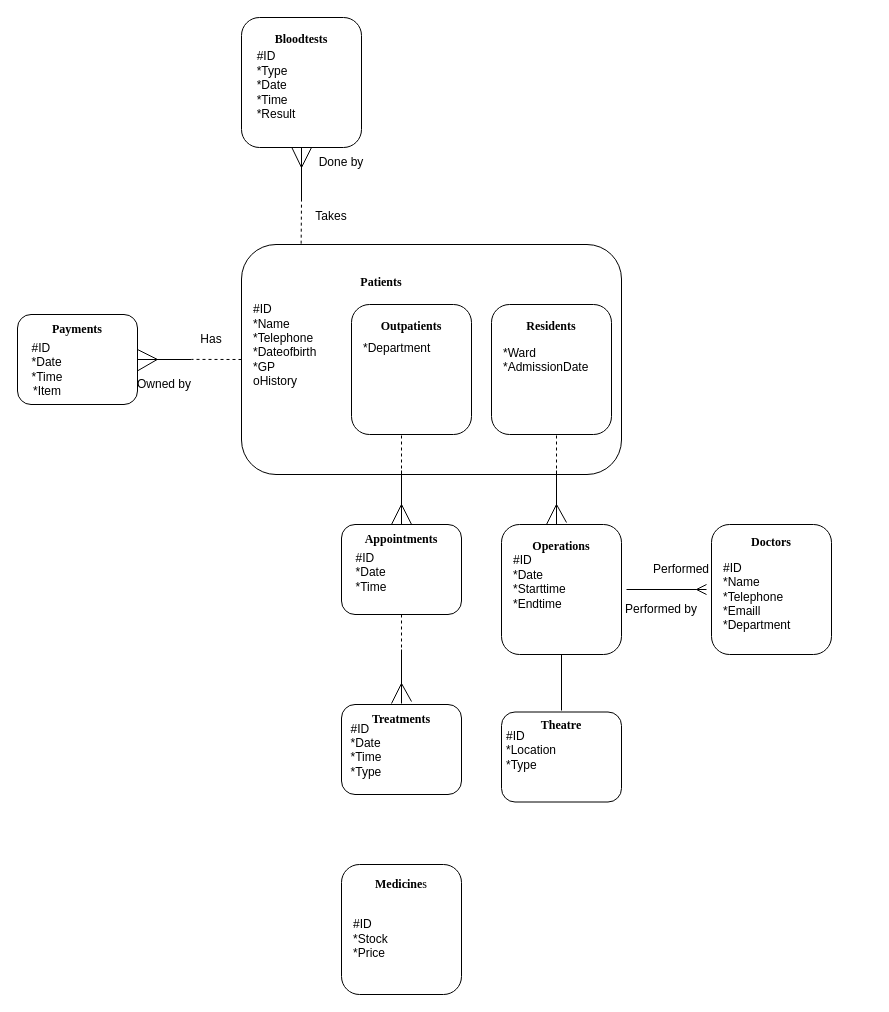
This is Assignment1DatabaseDesign.drawio from LordDdanielHan/test, a draw.io file, before an edit. Source tidied: cells renumbered, new cells numbered last; positions are measured from the earlier drawing's top-left corner, leaving out a move shared by most shapes. Both pictures are drawn from the tidied source at 100%, with x=0, y=0 at pixel (17, 17).
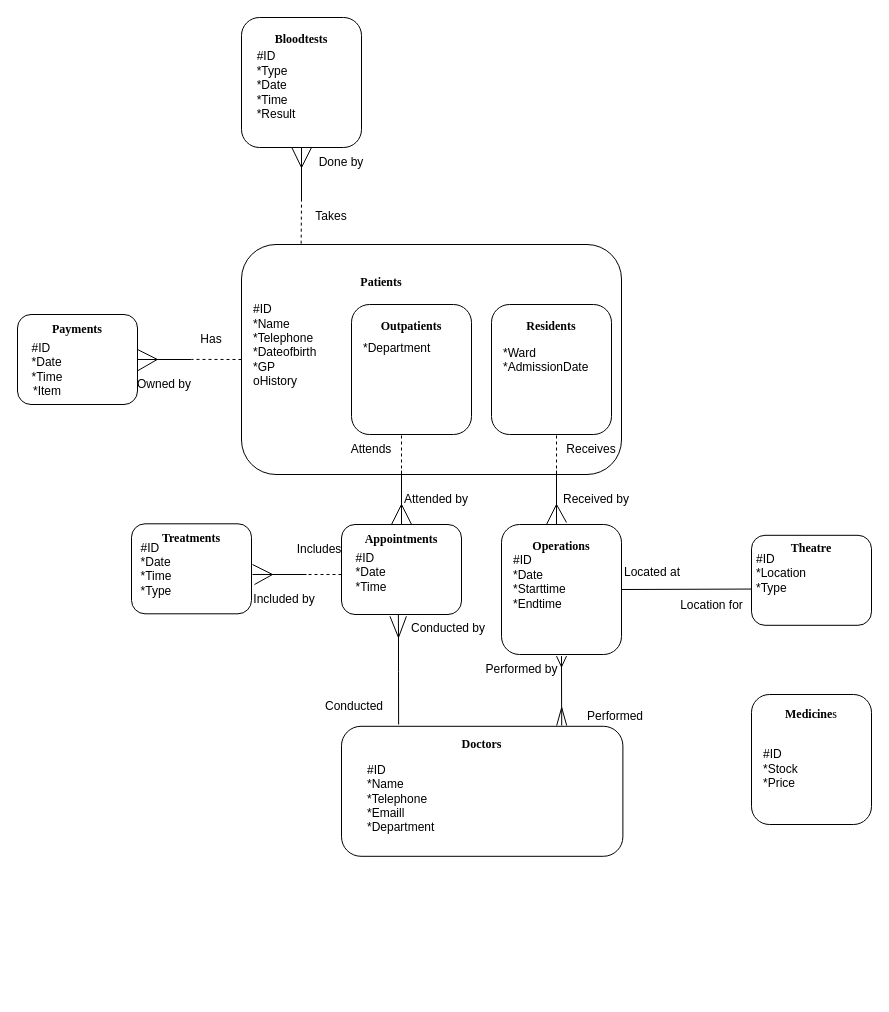
The same diagram, later.

Unchanged cells that the change refers to:
```xml
<mxCell id="73" value="&lt;font face=&quot;Times New Roman&quot;&gt;&lt;b&gt;Theatre&lt;/b&gt;&lt;/font&gt;" style="text;html=1;align=center;verticalAlign=middle;whiteSpace=wrap;rounded=0;" parent="71" vertex="1">
  <mxGeometry y="6" width="120" height="30" as="geometry" />
</mxCell>
<mxCell id="74" value="&lt;div align=&quot;left&quot;&gt;#ID&lt;br&gt;&lt;/div&gt;&lt;div align=&quot;left&quot;&gt;*Location&lt;/div&gt;&lt;div align=&quot;left&quot;&gt;*Type&lt;/div&gt;&lt;div align=&quot;left&quot;&gt;&lt;br&gt;&lt;/div&gt;" style="text;html=1;align=center;verticalAlign=middle;whiteSpace=wrap;rounded=0;" parent="71" vertex="1">
  <mxGeometry y="35" width="60" height="35" as="geometry" />
</mxCell>
```

Diff of the diagram source:
```diff
@@
     <mxCell id="6" style="group;" parent="1" vertex="1">
-      <mxGeometry x="224" y="227" width="380" height="370" as="geometry" />
+      <mxGeometry x="224" y="227" width="390" height="370" as="geometry" />
     </mxCell>
@@
+    <mxCell id="61" style="group;rotation=90;" parent="6" vertex="1">
+      <mxGeometry x="50" y="280" width="80.7" height="89" as="geometry" />
+    </mxCell>
+    <mxCell id="62" style="endArrow=none;html=1;rounded=0;" parent="61" edge="1">
+      <mxGeometry relative="1" as="geometry">
+        <mxPoint x="15" y="50" as="sourcePoint" />
+        <mxPoint x="-20" y="50" as="targetPoint" />
+      </mxGeometry>
+    </mxCell>
+    <mxCell id="63" style="endArrow=none;html=1;rounded=0;" parent="61" edge="1">
+      <mxGeometry relative="1" as="geometry">
+        <mxPoint x="-19" y="50" as="sourcePoint" />
+        <mxPoint x="-39" y="50" as="targetPoint" />
+      </mxGeometry>
+    </mxCell>
+    <mxCell id="64" style="endArrow=none;html=1;rounded=0;" parent="61" edge="1">
+      <mxGeometry relative="1" as="geometry">
+        <mxPoint x="-19" y="50" as="sourcePoint" />
+        <mxPoint x="-39" y="40" as="targetPoint" />
+      </mxGeometry>
+    </mxCell>
+    <mxCell id="65" style="endArrow=none;html=1;rounded=0;exitX=0.582;exitY=-0.016;exitDx=0;exitDy=0;exitPerimeter=0;" parent="61" edge="1">
+      <mxGeometry relative="1" as="geometry">
+        <mxPoint x="-37" y="60" as="sourcePoint" />
+        <mxPoint x="-19" y="50" as="targetPoint" />
+      </mxGeometry>
+    </mxCell>
+    <mxCell id="66" style="endArrow=none;html=1;rounded=0;dashed=1;exitX=0.213;exitY=-0.011;exitDx=0;exitDy=0;exitPerimeter=0;" parent="61" edge="1">
+      <mxGeometry relative="1" as="geometry">
+        <mxPoint x="50" y="50" as="sourcePoint" />
+        <mxPoint x="15" y="50" as="targetPoint" />
+      </mxGeometry>
+    </mxCell>
+    <mxCell id="94" value="Includes" style="text;html=1;align=center;verticalAlign=middle;whiteSpace=wrap;rounded=0;" parent="61" vertex="1">
+      <mxGeometry x="-25" y="10" width="105.7" height="30" as="geometry" />
+    </mxCell>
+    <mxCell id="95" value="Included by" style="text;html=1;align=center;verticalAlign=middle;whiteSpace=wrap;rounded=0;" parent="6" vertex="1">
+      <mxGeometry x="-10" y="340" width="105.7" height="30" as="geometry" />
+    </mxCell>
+    <mxCell id="96" value="Attends" style="text;html=1;align=center;verticalAlign=middle;whiteSpace=wrap;rounded=0;" parent="6" vertex="1">
+      <mxGeometry x="100" y="190" width="60" height="30" as="geometry" />
+    </mxCell>
+    <mxCell id="97" value="Attended by" style="text;html=1;align=center;verticalAlign=middle;whiteSpace=wrap;rounded=0;" parent="6" vertex="1">
+      <mxGeometry x="160" y="240" width="70" height="30" as="geometry" />
+    </mxCell>
+    <mxCell id="98" value="Received by" style="text;html=1;align=center;verticalAlign=middle;whiteSpace=wrap;rounded=0;" parent="6" vertex="1">
+      <mxGeometry x="320" y="240" width="70" height="30" as="geometry" />
+    </mxCell>
@@
     <mxCell id="41" style="group;" parent="1" vertex="1">
-      <mxGeometry x="324" y="837" width="120" height="140" as="geometry" />
+      <mxGeometry x="734" y="667" width="120" height="140" as="geometry" />
     </mxCell>
@@
     <mxCell id="46" style="group;" parent="1" vertex="1">
-      <mxGeometry x="474" y="287" width="120" height="130" as="geometry" />
+      <mxGeometry x="474" y="287" width="130" height="160" as="geometry" />
     </mxCell>
@@
+    <mxCell id="99" value="Receives" style="text;html=1;align=center;verticalAlign=middle;whiteSpace=wrap;rounded=0;" parent="46" vertex="1">
+      <mxGeometry x="70" y="130" width="60" height="30" as="geometry" />
+    </mxCell>
@@
-    <mxCell id="57" style="group;" parent="1" vertex="1">
-      <mxGeometry x="324" y="507" width="120" height="179" as="geometry" />
-    </mxCell>
-    <mxCell id="58" value="&lt;br&gt;&lt;br&gt;&lt;div&gt;&lt;br&gt;&lt;/div&gt;" style="rounded=1;whiteSpace=wrap;html=1;" parent="57" vertex="1">
-      <mxGeometry width="120" height="90" as="geometry" />
-    </mxCell>
-    <mxCell id="59" value="&lt;font face=&quot;Times New Roman&quot;&gt;&lt;b&gt;Appointments&lt;/b&gt;&lt;/font&gt;" style="text;html=1;align=center;verticalAlign=middle;whiteSpace=wrap;rounded=0;" parent="57" vertex="1">
-      <mxGeometry width="120" height="30" as="geometry" />
-    </mxCell>
-    <mxCell id="60" value="&lt;div align=&quot;left&quot;&gt;#ID&lt;br&gt;&lt;/div&gt;&lt;div align=&quot;left&quot;&gt;*Date&lt;/div&gt;&lt;div align=&quot;left&quot;&gt;*Time&lt;/div&gt;" style="text;html=1;align=center;verticalAlign=middle;whiteSpace=wrap;rounded=0;" parent="57" vertex="1">
-      <mxGeometry y="30" width="60" height="35" as="geometry" />
-    </mxCell>
-    <mxCell id="61" style="group;" parent="57" vertex="1">
-      <mxGeometry x="50" y="90" width="10" height="89" as="geometry" />
-    </mxCell>
-    <mxCell id="62" style="endArrow=none;html=1;rounded=0;" parent="61" edge="1">
-      <mxGeometry relative="1" as="geometry">
-        <mxPoint x="10" y="35" as="sourcePoint" />
-        <mxPoint x="10" y="70" as="targetPoint" />
-      </mxGeometry>
-    </mxCell>
-    <mxCell id="63" style="endArrow=none;html=1;rounded=0;" parent="61" edge="1">
-      <mxGeometry relative="1" as="geometry">
-        <mxPoint x="10" y="69" as="sourcePoint" />
-        <mxPoint x="10" y="89" as="targetPoint" />
-      </mxGeometry>
-    </mxCell>
-    <mxCell id="64" style="endArrow=none;html=1;rounded=0;" parent="61" edge="1">
-      <mxGeometry relative="1" as="geometry">
-        <mxPoint x="10" y="69" as="sourcePoint" />
-        <mxPoint y="89" as="targetPoint" />
-      </mxGeometry>
-    </mxCell>
-    <mxCell id="65" style="endArrow=none;html=1;rounded=0;exitX=0.582;exitY=-0.016;exitDx=0;exitDy=0;exitPerimeter=0;" parent="61" edge="1">
-      <mxGeometry relative="1" as="geometry">
-        <mxPoint x="20" y="87" as="sourcePoint" />
-        <mxPoint x="10" y="69" as="targetPoint" />
-      </mxGeometry>
-    </mxCell>
-    <mxCell id="66" style="endArrow=none;html=1;rounded=0;dashed=1;exitX=0.213;exitY=-0.011;exitDx=0;exitDy=0;exitPerimeter=0;" parent="61" edge="1">
-      <mxGeometry relative="1" as="geometry">
-        <mxPoint x="10" as="sourcePoint" />
-        <mxPoint x="10" y="35" as="targetPoint" />
-      </mxGeometry>
-    </mxCell>
-    <mxCell id="67" style="group;" parent="1" vertex="1">
-      <mxGeometry x="324" y="687" width="120" height="90" as="geometry" />
-    </mxCell>
-    <mxCell id="68" value="&lt;br&gt;&lt;br&gt;&lt;div&gt;&lt;br&gt;&lt;/div&gt;" style="rounded=1;whiteSpace=wrap;html=1;" parent="67" vertex="1">
-      <mxGeometry width="120" height="90" as="geometry" />
-    </mxCell>
-    <mxCell id="69" value="&lt;font face=&quot;Times New Roman&quot;&gt;&lt;b&gt;Treatments&lt;/b&gt;&lt;/font&gt;" style="text;html=1;align=center;verticalAlign=middle;whiteSpace=wrap;rounded=0;" parent="67" vertex="1">
-      <mxGeometry width="120" height="30" as="geometry" />
-    </mxCell>
-    <mxCell id="70" value="&lt;div align=&quot;left&quot;&gt;#ID&lt;br&gt;&lt;/div&gt;&lt;div align=&quot;left&quot;&gt;*Date&lt;/div&gt;&lt;div align=&quot;left&quot;&gt;*Time&lt;/div&gt;&lt;div align=&quot;left&quot;&gt;*Type&lt;/div&gt;&lt;div align=&quot;left&quot;&gt;&lt;br&gt;&lt;/div&gt;" style="text;html=1;align=center;verticalAlign=middle;whiteSpace=wrap;rounded=0;" parent="67" vertex="1">
-      <mxGeometry x="-5" y="35" width="60" height="35" as="geometry" />
-    </mxCell>
     <mxCell id="71" style="group;" parent="1" vertex="1">
-      <mxGeometry x="484" y="687" width="120" height="90" as="geometry" />
+      <mxGeometry x="734" y="510.3" width="120" height="90" as="geometry" />
     </mxCell>
@@
-    <mxCell id="77" value="Performed" style="text;html=1;align=center;verticalAlign=middle;whiteSpace=wrap;rounded=0;" parent="1" vertex="1">
-      <mxGeometry x="634" y="537" width="60" height="30" as="geometry" />
-    </mxCell>
-    <mxCell id="78" style="group;" parent="1" vertex="1">
-      <mxGeometry x="694" y="507" width="120" height="130" as="geometry" />
-    </mxCell>
-    <mxCell id="79" style="group;rotation=90;" parent="78" vertex="1">
-      <mxGeometry x="-50" y="20" width="20" height="90" as="geometry" />
-    </mxCell>
+    <mxCell id="90" style="rounded=1;whiteSpace=wrap;html=1;" parent="1" vertex="1">
+      <mxGeometry x="484" y="507" width="120" height="130" as="geometry" />
+    </mxCell>
+    <mxCell id="91" value="&lt;font face=&quot;Times New Roman&quot;&gt;&lt;b&gt;Operations&lt;/b&gt;&lt;/font&gt;" style="text;html=1;align=center;verticalAlign=middle;whiteSpace=wrap;rounded=0;" parent="1" vertex="1">
+      <mxGeometry x="484" y="507" width="120" height="43.3" as="geometry" />
+    </mxCell>
+    <mxCell id="92" value="&lt;div align=&quot;left&quot;&gt;&lt;div align=&quot;left&quot;&gt;&lt;div align=&quot;left&quot;&gt;&lt;div align=&quot;left&quot;&gt;#ID&lt;/div&gt;&lt;/div&gt;&lt;/div&gt;&lt;/div&gt;&lt;div align=&quot;left&quot;&gt;*Date&lt;/div&gt;&lt;div align=&quot;left&quot;&gt;*Starttime&lt;/div&gt;&lt;div align=&quot;left&quot;&gt;*Endtime&lt;/div&gt;&lt;div align=&quot;left&quot;&gt;&lt;br&gt;&lt;/div&gt;&lt;div align=&quot;left&quot;&gt;&lt;br&gt;&lt;/div&gt;" style="text;html=1;align=left;verticalAlign=middle;whiteSpace=wrap;rounded=0;" parent="1" vertex="1">
+      <mxGeometry x="494" y="557" width="60" height="43.3" as="geometry" />
+    </mxCell>
+    <mxCell id="100" style="group;" parent="1" vertex="1">
+      <mxGeometry x="109" y="506.3" width="125" height="90" as="geometry" />
+    </mxCell>
+    <mxCell id="68" value="&lt;br&gt;&lt;br&gt;&lt;div&gt;&lt;br&gt;&lt;/div&gt;" style="rounded=1;whiteSpace=wrap;html=1;" parent="100" vertex="1">
+      <mxGeometry x="5" width="120" height="90" as="geometry" />
+    </mxCell>
+    <mxCell id="69" value="&lt;font face=&quot;Times New Roman&quot;&gt;&lt;b&gt;Treatments&lt;/b&gt;&lt;/font&gt;" style="text;html=1;align=center;verticalAlign=middle;whiteSpace=wrap;rounded=0;" parent="100" vertex="1">
+      <mxGeometry x="5" width="120" height="30" as="geometry" />
+    </mxCell>
+    <mxCell id="70" value="&lt;div align=&quot;left&quot;&gt;#ID&lt;br&gt;&lt;/div&gt;&lt;div align=&quot;left&quot;&gt;*Date&lt;/div&gt;&lt;div align=&quot;left&quot;&gt;*Time&lt;/div&gt;&lt;div align=&quot;left&quot;&gt;*Type&lt;/div&gt;&lt;div align=&quot;left&quot;&gt;&lt;br&gt;&lt;/div&gt;" style="text;html=1;align=center;verticalAlign=middle;whiteSpace=wrap;rounded=0;" parent="100" vertex="1">
+      <mxGeometry y="35" width="60" height="35" as="geometry" />
+    </mxCell>
+    <mxCell id="101" style="group;rotation=90;" parent="1" vertex="1">
+      <mxGeometry x="324" y="697" width="281.4" height="141.8" as="geometry" />
+    </mxCell>
+    <mxCell id="86" style="rounded=1;whiteSpace=wrap;html=1;" parent="101" vertex="1">
+      <mxGeometry y="11.8" width="281.4" height="130" as="geometry" />
+    </mxCell>
+    <mxCell id="87" value="&lt;b&gt;&lt;font face=&quot;Times New Roman&quot;&gt;Doctors&lt;/font&gt;&lt;/b&gt;" style="text;html=1;align=center;verticalAlign=middle;whiteSpace=wrap;rounded=0;" parent="101" vertex="1">
+      <mxGeometry width="281.4" height="59.1" as="geometry" />
+    </mxCell>
+    <mxCell id="88" value="&lt;div&gt;&lt;br&gt;&lt;/div&gt;&lt;div&gt;#ID&lt;br&gt;&lt;/div&gt;&lt;div&gt;*Name&lt;/div&gt;&lt;div&gt;*Telephone&lt;/div&gt;&lt;div&gt;*Emaill&lt;/div&gt;&lt;div&gt;*Department&lt;/div&gt;" style="text;html=1;align=left;verticalAlign=middle;whiteSpace=wrap;rounded=0;" parent="101" vertex="1">
+      <mxGeometry x="23.5" y="51.2" width="140.7" height="51.2" as="geometry" />
+    </mxCell>
+    <mxCell id="89" value="Performed by" style="text;html=1;align=center;verticalAlign=middle;whiteSpace=wrap;rounded=0;" parent="101" vertex="1">
+      <mxGeometry x="110" y="-60" width="141" height="30" as="geometry" />
+    </mxCell>
-    <mxCell id="80" style="endArrow=none;html=1;rounded=0;" parent="79" edge="1">
+    <mxCell id="80" style="endArrow=none;html=1;rounded=0;" parent="1" edge="1">
       <mxGeometry relative="1" as="geometry">
-        <mxPoint x="-35" y="45" as="sourcePoint" />
-        <mxPoint x="35" y="45" as="targetPoint" />
+        <mxPoint x="544" y="647" as="sourcePoint" />
+        <mxPoint x="544.1" y="690" as="targetPoint" />
       </mxGeometry>
     </mxCell>
-    <mxCell id="81" style="group;rotation=90;" parent="79" vertex="1">
-      <mxGeometry x="35" y="40" width="10" height="10" as="geometry" />
+    <mxCell id="81" style="group;rotation=-180;" parent="1" vertex="1">
+      <mxGeometry x="535.2" y="694" width="17.6" height="10" as="geometry" />
     </mxCell>
     <mxCell id="82" style="endArrow=none;html=1;rounded=0;" parent="81" edge="1">
       <mxGeometry relative="1" as="geometry">
-        <mxPoint y="5" as="sourcePoint" />
-        <mxPoint x="10" as="targetPoint" />
+        <mxPoint x="9" y="-4" as="sourcePoint" />
+        <mxPoint x="14" y="14" as="targetPoint" />
       </mxGeometry>
     </mxCell>
     <mxCell id="83" style="endArrow=none;html=1;rounded=0;" parent="81" edge="1">
       <mxGeometry relative="1" as="geometry">
-        <mxPoint y="5" as="sourcePoint" />
-        <mxPoint x="10" y="10" as="targetPoint" />
+        <mxPoint x="9" y="-4" as="sourcePoint" />
+        <mxPoint x="4" y="14" as="targetPoint" />
       </mxGeometry>
     </mxCell>
     <mxCell id="84" style="endArrow=none;html=1;rounded=0;" parent="81" edge="1">
       <mxGeometry relative="1" as="geometry">
-        <mxPoint y="5" as="sourcePoint" />
-        <mxPoint x="10" y="5" as="targetPoint" />
+        <mxPoint x="9" y="-4" as="sourcePoint" />
+        <mxPoint x="9" y="14" as="targetPoint" />
       </mxGeometry>
     </mxCell>
-    <mxCell id="85" style="group;" parent="78" vertex="1">
-      <mxGeometry y="-11.8" width="120" height="141.8" as="geometry" />
-    </mxCell>
-    <mxCell id="86" style="rounded=1;whiteSpace=wrap;html=1;" parent="85" vertex="1">
-      <mxGeometry y="11.8" width="120" height="130" as="geometry" />
-    </mxCell>
-    <mxCell id="87" value="&lt;b&gt;&lt;font face=&quot;Times New Roman&quot;&gt;Doctors&lt;/font&gt;&lt;/b&gt;" style="text;html=1;align=center;verticalAlign=middle;whiteSpace=wrap;rounded=0;" parent="85" vertex="1">
-      <mxGeometry width="120" height="59.1" as="geometry" />
-    </mxCell>
-    <mxCell id="88" value="&lt;div&gt;&lt;br&gt;&lt;/div&gt;&lt;div&gt;#ID&lt;br&gt;&lt;/div&gt;&lt;div&gt;*Name&lt;/div&gt;&lt;div&gt;*Telephone&lt;/div&gt;&lt;div&gt;*Emaill&lt;/div&gt;&lt;div&gt;*Department&lt;/div&gt;" style="text;html=1;align=left;verticalAlign=middle;whiteSpace=wrap;rounded=0;" parent="85" vertex="1">
-      <mxGeometry x="10" y="51.2" width="60" height="51.2" as="geometry" />
-    </mxCell>
-    <mxCell id="89" value="Performed by" style="text;html=1;align=center;verticalAlign=middle;whiteSpace=wrap;rounded=0;" parent="1" vertex="1">
-      <mxGeometry x="604" y="577" width="80" height="30" as="geometry" />
-    </mxCell>
-    <mxCell id="90" style="rounded=1;whiteSpace=wrap;html=1;" parent="1" vertex="1">
-      <mxGeometry x="484" y="507" width="120" height="130" as="geometry" />
-    </mxCell>
-    <mxCell id="91" value="&lt;font face=&quot;Times New Roman&quot;&gt;&lt;b&gt;Operations&lt;/b&gt;&lt;/font&gt;" style="text;html=1;align=center;verticalAlign=middle;whiteSpace=wrap;rounded=0;" parent="1" vertex="1">
-      <mxGeometry x="484" y="507" width="120" height="43.3" as="geometry" />
-    </mxCell>
-    <mxCell id="92" value="&lt;div align=&quot;left&quot;&gt;&lt;div align=&quot;left&quot;&gt;&lt;div align=&quot;left&quot;&gt;&lt;div align=&quot;left&quot;&gt;#ID&lt;/div&gt;&lt;/div&gt;&lt;/div&gt;&lt;/div&gt;&lt;div align=&quot;left&quot;&gt;*Date&lt;/div&gt;&lt;div align=&quot;left&quot;&gt;*Starttime&lt;/div&gt;&lt;div align=&quot;left&quot;&gt;*Endtime&lt;/div&gt;&lt;div align=&quot;left&quot;&gt;&lt;br&gt;&lt;/div&gt;&lt;div align=&quot;left&quot;&gt;&lt;br&gt;&lt;/div&gt;" style="text;html=1;align=left;verticalAlign=middle;whiteSpace=wrap;rounded=0;" parent="1" vertex="1">
-      <mxGeometry x="494" y="557" width="60" height="43.3" as="geometry" />
-    </mxCell>
-    <mxCell id="93" style="endArrow=none;html=1;rounded=0;" parent="1" edge="1" source="73">
-      <mxGeometry relative="1" as="geometry">
-        <mxPoint x="544" y="637" as="targetPoint" />
-      </mxGeometry>
-    </mxCell>
+    <mxCell id="102" style="endArrow=none;html=1;rounded=0;exitX=1;exitY=0.5;exitDx=0;exitDy=0;entryX=0;entryY=0.75;entryDx=0;entryDy=0;" parent="1" edge="1" source="90" target="74">
+      <mxGeometry relative="1" as="geometry" />
+    </mxCell>
+    <mxCell id="103" style="group;rotation=0;" parent="1" vertex="1">
+      <mxGeometry x="535" y="641" width="17.6" height="6" as="geometry" />
+    </mxCell>
+    <mxCell id="104" style="endArrow=none;html=1;rounded=0;" parent="103" edge="1">
+      <mxGeometry relative="1" as="geometry">
+        <mxPoint x="9" y="8.4" as="sourcePoint" />
+        <mxPoint x="4" y="-2.4" as="targetPoint" />
+      </mxGeometry>
+    </mxCell>
+    <mxCell id="105" style="endArrow=none;html=1;rounded=0;" parent="103" edge="1">
+      <mxGeometry relative="1" as="geometry">
+        <mxPoint x="9" y="8.4" as="sourcePoint" />
+        <mxPoint x="14" y="-2.4" as="targetPoint" />
+      </mxGeometry>
+    </mxCell>
+    <mxCell id="106" style="endArrow=none;html=1;rounded=0;" parent="103" edge="1">
+      <mxGeometry relative="1" as="geometry">
+        <mxPoint x="9" y="8.4" as="sourcePoint" />
+        <mxPoint x="9" y="-2.4" as="targetPoint" />
+      </mxGeometry>
+    </mxCell>
+    <mxCell id="58" value="&lt;br&gt;&lt;br&gt;&lt;div&gt;&lt;br&gt;&lt;/div&gt;" style="rounded=1;whiteSpace=wrap;html=1;" parent="1" vertex="1">
+      <mxGeometry x="324" y="507" width="120" height="90" as="geometry" />
+    </mxCell>
+    <mxCell id="59" value="&lt;font face=&quot;Times New Roman&quot;&gt;&lt;b&gt;Appointments&lt;/b&gt;&lt;/font&gt;" style="text;html=1;align=center;verticalAlign=middle;whiteSpace=wrap;rounded=0;" parent="1" vertex="1">
+      <mxGeometry x="324" y="507" width="120" height="30" as="geometry" />
+    </mxCell>
+    <mxCell id="60" value="&lt;div align=&quot;left&quot;&gt;#ID&lt;br&gt;&lt;/div&gt;&lt;div align=&quot;left&quot;&gt;*Date&lt;/div&gt;&lt;div align=&quot;left&quot;&gt;*Time&lt;/div&gt;" style="text;html=1;align=center;verticalAlign=middle;whiteSpace=wrap;rounded=0;" parent="1" vertex="1">
+      <mxGeometry x="324" y="537" width="60" height="35" as="geometry" />
+    </mxCell>
+    <mxCell id="107" style="endArrow=none;html=1;rounded=0;" parent="1" edge="1">
+      <mxGeometry relative="1" as="geometry">
+        <mxPoint x="381" y="654" as="sourcePoint" />
+        <mxPoint x="381" y="619" as="targetPoint" />
+      </mxGeometry>
+    </mxCell>
+    <mxCell id="108" style="endArrow=none;html=1;rounded=0;entryX=0.474;entryY=0.995;entryDx=0;entryDy=0;entryPerimeter=0;" parent="1" edge="1" target="58">
+      <mxGeometry relative="1" as="geometry">
+        <mxPoint x="381" y="620" as="sourcePoint" />
+      </mxGeometry>
+    </mxCell>
+    <mxCell id="109" style="endArrow=none;html=1;rounded=0;entryX=0.541;entryY=1.02;entryDx=0;entryDy=0;entryPerimeter=0;" parent="1" edge="1" target="58">
+      <mxGeometry relative="1" as="geometry">
+        <mxPoint x="381" y="620" as="sourcePoint" />
+      </mxGeometry>
+    </mxCell>
+    <mxCell id="110" style="group;rotation=90;" parent="1" vertex="1">
+      <mxGeometry x="364" y="637" width="34.5" height="0.2" as="geometry" />
+    </mxCell>
+    <mxCell id="111" style="endArrow=none;html=1;rounded=0;exitX=0.404;exitY=1.02;exitDx=0;exitDy=0;exitPerimeter=0;" parent="110" edge="1" source="58">
+      <mxGeometry relative="1" as="geometry">
+        <mxPoint x="17" y="-17" as="targetPoint" />
+      </mxGeometry>
+    </mxCell>
+    <mxCell id="112" style="endArrow=none;html=1;rounded=0;exitX=0.203;exitY=0.169;exitDx=0;exitDy=0;exitPerimeter=0;" parent="110" edge="1" source="87">
+      <mxGeometry relative="1" as="geometry">
+        <mxPoint x="17" y="17" as="targetPoint" />
+      </mxGeometry>
+    </mxCell>
+    <mxCell id="77" value="Performed" style="text;html=1;align=center;verticalAlign=middle;whiteSpace=wrap;rounded=0;" parent="1" vertex="1">
+      <mxGeometry x="545.2" y="684" width="105.7" height="30" as="geometry" />
+    </mxCell>
+    <mxCell id="113" value="Conducted by" style="text;html=1;align=center;verticalAlign=middle;whiteSpace=wrap;rounded=0;" parent="1" vertex="1">
+      <mxGeometry x="378.3" y="596.3" width="105.7" height="30" as="geometry" />
+    </mxCell>
+    <mxCell id="114" value="Conducted" style="text;html=1;align=center;verticalAlign=middle;whiteSpace=wrap;rounded=0;" parent="1" vertex="1">
+      <mxGeometry x="284" y="674" width="105.7" height="30" as="geometry" />
+    </mxCell>
+    <mxCell id="115" value="Located at" style="text;html=1;align=center;verticalAlign=middle;whiteSpace=wrap;rounded=0;" parent="1" vertex="1">
+      <mxGeometry x="605.4" y="539.5" width="60" height="30" as="geometry" />
+    </mxCell>
+    <mxCell id="116" value="Location for" style="text;html=1;align=center;verticalAlign=middle;whiteSpace=wrap;rounded=0;" parent="1" vertex="1">
+      <mxGeometry x="615.4" y="549.5" width="158.6" height="77.5" as="geometry" />
+    </mxCell>
```
